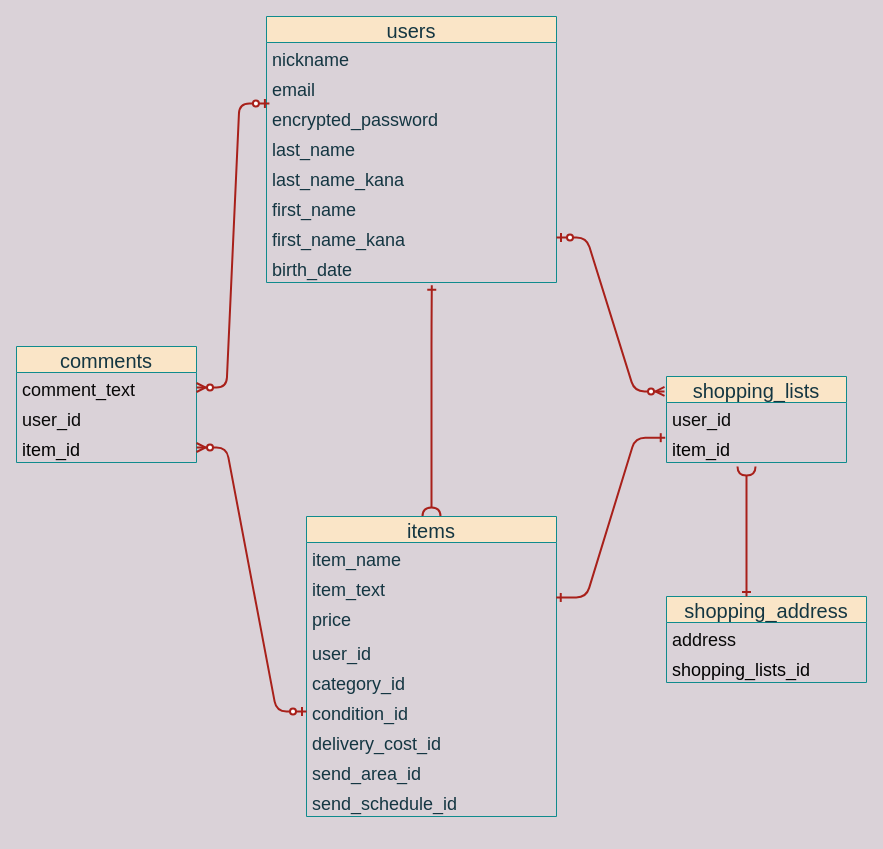
The draw.io diagram furima.dio in rieco-y/furima-36883, before the edit. Source tidied: cells renumbered, new cells numbered last; positions are measured from the earlier drawing's top-left corner, leaving out a move shared by most shapes. Both pictures are drawn from the tidied source at 100%, with x=0, y=0 at pixel (16, 16).
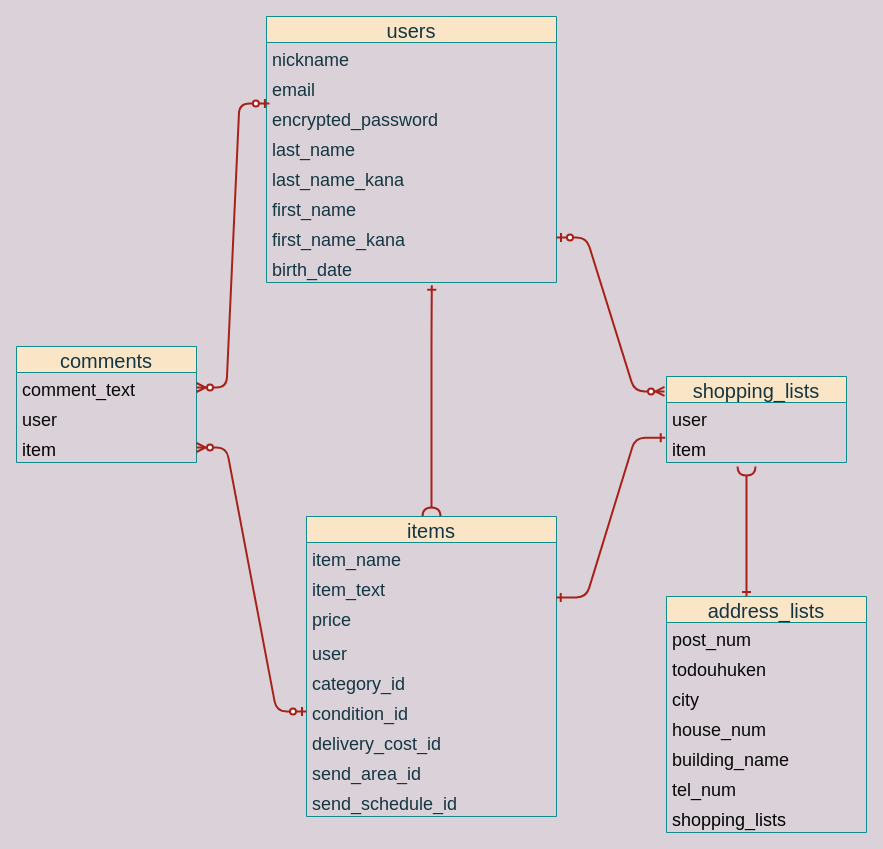
The same diagram, later.

The change refers to these unchanged cells:
```xml
<mxCell id="12" value="items" style="swimlane;fontStyle=0;horizontal=1;startSize=26;align=center;fontSize=20;fillColor=#FAE5C7;strokeColor=#0F8B8D;fontColor=#143642;" parent="1" vertex="1">
  <mxGeometry x="290" y="500" width="250" height="300" as="geometry" />
</mxCell>
<mxCell id="22" value="shopping_lists" style="swimlane;fontStyle=0;horizontal=1;startSize=26;align=center;fontSize=20;rounded=0;sketch=0;fontColor=#143642;strokeColor=#0F8B8D;fillColor=#FAE5C7;" parent="1" vertex="1">
  <mxGeometry x="650" y="360" width="180" height="86" as="geometry" />
</mxCell>
<mxCell id="30" value="comments" style="swimlane;fontStyle=0;horizontal=1;startSize=26;align=center;fontSize=20;rounded=0;sketch=0;fontColor=#143642;strokeColor=#0F8B8D;fillColor=#FAE5C7;" parent="1" vertex="1">
  <mxGeometry y="330" width="180" height="116" as="geometry" />
</mxCell>
```

The edit, as a diff of the source:
```diff
@@
-    <mxCell id="16" value="user_id" style="text;strokeColor=none;fillColor=none;spacingLeft=4;spacingRight=4;overflow=hidden;fontSize=18;fontColor=#143642;" parent="12" vertex="1">
+    <mxCell id="16" value="user" style="text;strokeColor=none;fillColor=none;spacingLeft=4;spacingRight=4;overflow=hidden;fontSize=18;fontColor=#143642;" parent="12" vertex="1">
       <mxGeometry y="120" width="250" height="30" as="geometry" />
     </mxCell>
@@
-    <mxCell id="23" value="user_id" style="text;strokeColor=none;fillColor=none;spacingLeft=4;spacingRight=4;overflow=hidden;fontSize=18;fontColor=#080808;" parent="22" vertex="1">
+    <mxCell id="23" value="user" style="text;strokeColor=none;fillColor=none;spacingLeft=4;spacingRight=4;overflow=hidden;fontSize=18;fontColor=#080808;" parent="22" vertex="1">
       <mxGeometry y="26" width="180" height="30" as="geometry" />
     </mxCell>
-    <mxCell id="24" value="item_id" style="text;strokeColor=none;fillColor=none;spacingLeft=4;spacingRight=4;overflow=hidden;points=[[0,0.5],[1,0.5]];portConstraint=eastwest;fontSize=18;fontColor=#000000;" parent="22" vertex="1">
+    <mxCell id="24" value="item" style="text;strokeColor=none;fillColor=none;spacingLeft=4;spacingRight=4;overflow=hidden;points=[[0,0.5],[1,0.5]];portConstraint=eastwest;fontSize=18;fontColor=#000000;" parent="22" vertex="1">
       <mxGeometry y="56" width="180" height="30" as="geometry" />
     </mxCell>
-    <mxCell id="25" value="shopping_address" style="swimlane;fontStyle=0;horizontal=1;startSize=26;align=center;fontSize=20;rounded=0;sketch=0;fontColor=#143642;strokeColor=#0F8B8D;fillColor=#FAE5C7;" parent="1" vertex="1">
-      <mxGeometry x="650" y="580" width="200" height="86" as="geometry" />
+    <mxCell id="25" value="address_lists" style="swimlane;fontStyle=0;horizontal=1;startSize=26;align=center;fontSize=20;rounded=0;sketch=0;fontColor=#143642;strokeColor=#0F8B8D;fillColor=#FAE5C7;" parent="1" vertex="1">
+      <mxGeometry x="650" y="580" width="200" height="236" as="geometry" />
     </mxCell>
-    <mxCell id="26" value="address" style="text;strokeColor=none;fillColor=none;spacingLeft=4;spacingRight=4;overflow=hidden;fontSize=18;fontColor=#080808;" parent="25" vertex="1">
+    <mxCell id="26" value="post_num" style="text;strokeColor=none;fillColor=none;spacingLeft=4;spacingRight=4;overflow=hidden;fontSize=18;fontColor=#080808;" parent="25" vertex="1">
       <mxGeometry y="26" width="200" height="30" as="geometry" />
     </mxCell>
+    <mxCell id="37" value="todouhuken" style="text;strokeColor=none;fillColor=none;spacingLeft=4;spacingRight=4;overflow=hidden;fontSize=18;fontColor=#080808;" parent="25" vertex="1">
+      <mxGeometry y="56" width="200" height="30" as="geometry" />
+    </mxCell>
+    <mxCell id="38" value="city" style="text;strokeColor=none;fillColor=none;spacingLeft=4;spacingRight=4;overflow=hidden;fontSize=18;fontColor=#080808;" parent="25" vertex="1">
+      <mxGeometry y="86" width="200" height="30" as="geometry" />
+    </mxCell>
+    <mxCell id="39" value="house_num" style="text;strokeColor=none;fillColor=none;spacingLeft=4;spacingRight=4;overflow=hidden;fontSize=18;fontColor=#080808;" parent="25" vertex="1">
+      <mxGeometry y="116" width="200" height="30" as="geometry" />
+    </mxCell>
+    <mxCell id="40" value="building_name" style="text;strokeColor=none;fillColor=none;spacingLeft=4;spacingRight=4;overflow=hidden;fontSize=18;fontColor=#080808;" parent="25" vertex="1">
+      <mxGeometry y="146" width="200" height="30" as="geometry" />
+    </mxCell>
+    <mxCell id="41" value="tel_num" style="text;strokeColor=none;fillColor=none;spacingLeft=4;spacingRight=4;overflow=hidden;fontSize=18;fontColor=#080808;" parent="25" vertex="1">
+      <mxGeometry y="176" width="200" height="30" as="geometry" />
+    </mxCell>
-    <mxCell id="27" value="shopping_lists_id" style="text;strokeColor=none;fillColor=none;spacingLeft=4;spacingRight=4;overflow=hidden;fontSize=18;fontColor=#000000;" parent="25" vertex="1">
-      <mxGeometry y="56" width="200" height="30" as="geometry" />
+    <mxCell id="27" value="shopping_lists" style="text;strokeColor=none;fillColor=none;spacingLeft=4;spacingRight=4;overflow=hidden;fontSize=18;fontColor=#000000;" parent="25" vertex="1">
+      <mxGeometry y="206" width="200" height="30" as="geometry" />
     </mxCell>
@@
-    <mxCell id="32" value="user_id" style="text;strokeColor=none;fillColor=none;spacingLeft=4;spacingRight=4;overflow=hidden;fontSize=18;fontColor=#080808;" parent="30" vertex="1">
+    <mxCell id="32" value="user" style="text;strokeColor=none;fillColor=none;spacingLeft=4;spacingRight=4;overflow=hidden;fontSize=18;fontColor=#080808;" parent="30" vertex="1">
       <mxGeometry y="56" width="180" height="30" as="geometry" />
     </mxCell>
-    <mxCell id="33" value="item_id" style="text;strokeColor=none;fillColor=none;spacingLeft=4;spacingRight=4;overflow=hidden;points=[[0,0.5],[1,0.5]];portConstraint=eastwest;fontSize=18;fontColor=#000000;" parent="30" vertex="1">
+    <mxCell id="33" value="item" style="text;strokeColor=none;fillColor=none;spacingLeft=4;spacingRight=4;overflow=hidden;points=[[0,0.5],[1,0.5]];portConstraint=eastwest;fontSize=18;fontColor=#000000;" parent="30" vertex="1">
       <mxGeometry y="86" width="180" height="30" as="geometry" />
     </mxCell>
```
